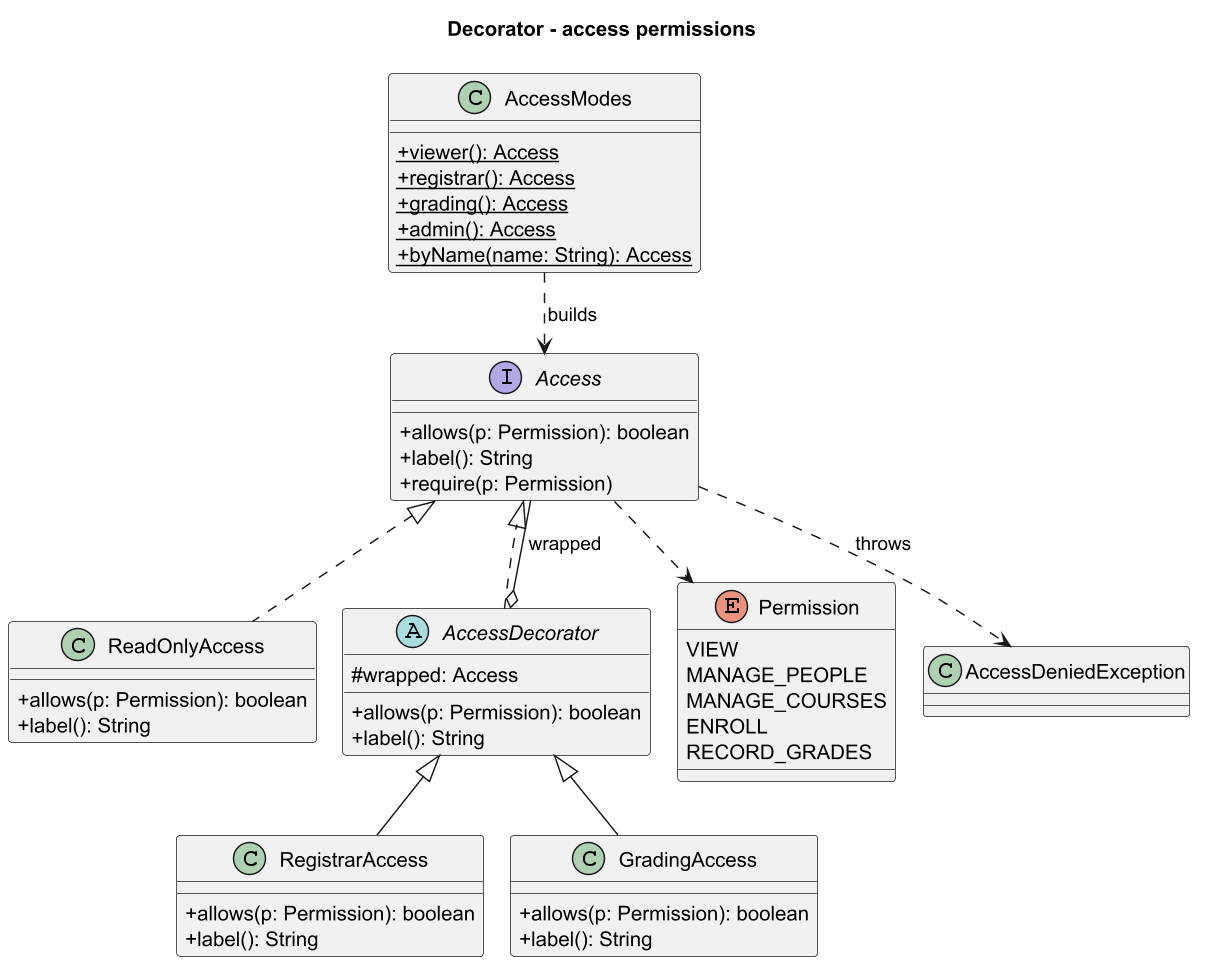
The PlantUML diagram docs/images/decorator.png in Asylstyle/school-management-system, before a commit.
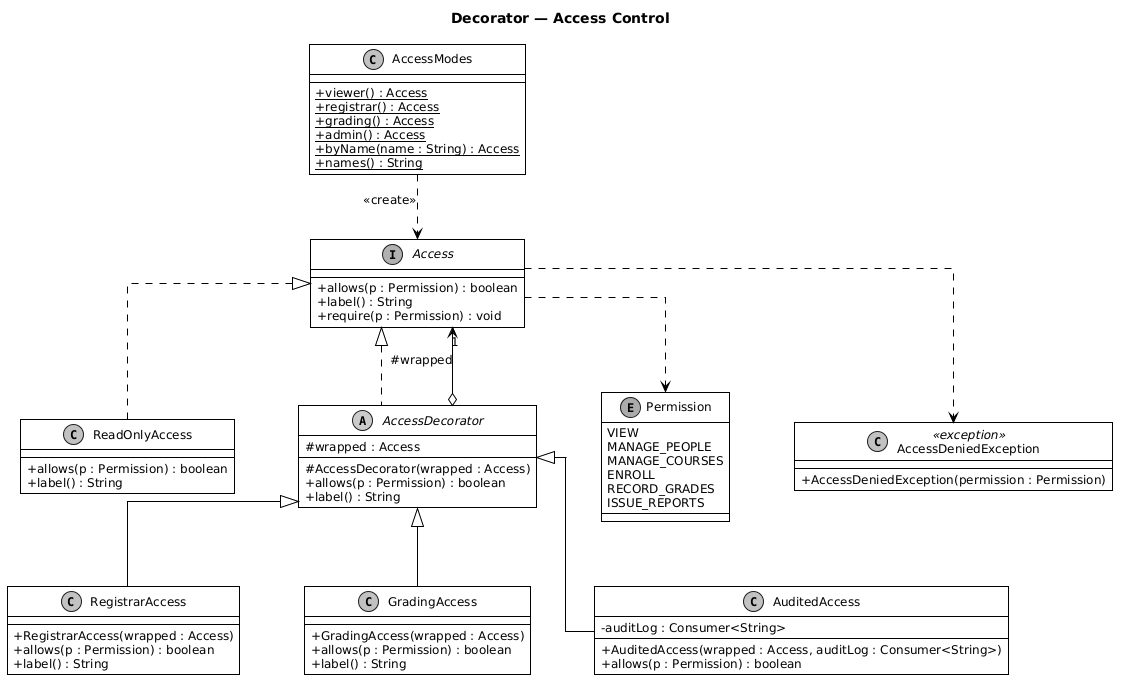
After the commit.

Commit message:
Update class overview and decorator diagrams and the report

Change to the diagram source:
```diff
@@ -1,54 +1,93 @@
-@startuml decorator
-skinparamlocked dpi 140
-!pragma layout smetana
-title Decorator - access permissions
+@startuml
+skinparam linetype ortho
+skinparam monochrome true
+skinparam shadowing false
+skinparam roundcorner 0
+skinparam nodesep 65
+skinparam ranksep 65
 skinparam classAttributeIconSize 0
-skinparam shadowing false
+skinparam defaultFontName "Arial"
+skinparam defaultFontSize 12
+
+skinparam class {
+  BackgroundColor #FFFFFF
+  BorderColor #000000
+  BorderThickness 1
+}
+
+skinparam arrow {
+  Color #000000
+  Thickness 1
+}
+
+title Decorator — Access Control
 
 interface Access {
-  +allows(p: Permission): boolean
-  +label(): String
-  +require(p: Permission)
+  + allows(p : Permission) : boolean
+  + label() : String
+  + require(p : Permission) : void
 }
+
 class ReadOnlyAccess {
-  +allows(p: Permission): boolean
-  +label(): String
+  + allows(p : Permission) : boolean
+  + label() : String
 }
+
 abstract class AccessDecorator {
-  #wrapped: Access
-  +allows(p: Permission): boolean
-  +label(): String
+  # wrapped : Access
+  # AccessDecorator(wrapped : Access)
+  + allows(p : Permission) : boolean
+  + label() : String
 }
+
 class RegistrarAccess {
-  +allows(p: Permission): boolean
-  +label(): String
+  + RegistrarAccess(wrapped : Access)
+  + allows(p : Permission) : boolean
+  + label() : String
 }
+
 class GradingAccess {
-  +allows(p: Permission): boolean
-  +label(): String
+  + GradingAccess(wrapped : Access)
+  + allows(p : Permission) : boolean
+  + label() : String
 }
+
+class AuditedAccess {
+  - auditLog : Consumer<String>
+  + AuditedAccess(wrapped : Access, auditLog : Consumer<String>)
+  + allows(p : Permission) : boolean
+}
+
 enum Permission {
   VIEW
   MANAGE_PEOPLE
   MANAGE_COURSES
   ENROLL
   RECORD_GRADES
+  ISSUE_REPORTS
 }
+
 class AccessModes {
-  +{static} viewer(): Access
-  +{static} registrar(): Access
-  +{static} grading(): Access
-  +{static} admin(): Access
-  +{static} byName(name: String): Access
+  + {static} viewer() : Access
+  + {static} registrar() : Access
+  + {static} grading() : Access
+  + {static} admin() : Access
+  + {static} byName(name : String) : Access
+  + {static} names() : String
 }
-class AccessDeniedException
+
+class AccessDeniedException <<exception>> {
+  + AccessDeniedException(permission : Permission)
+}
 
 Access <|.. ReadOnlyAccess
 Access <|.. AccessDecorator
-AccessDecorator o-- Access : wrapped
+AccessDecorator o--> "1" Access : #wrapped
 AccessDecorator <|-- RegistrarAccess
 AccessDecorator <|-- GradingAccess
+AccessDecorator <|-- AuditedAccess
+
 Access ..> Permission
-Access ..> AccessDeniedException : throws
-AccessModes ..> Access : builds
+Access ..> AccessDeniedException
+AccessModes ..> Access : <<create>>
 @enduml
```
